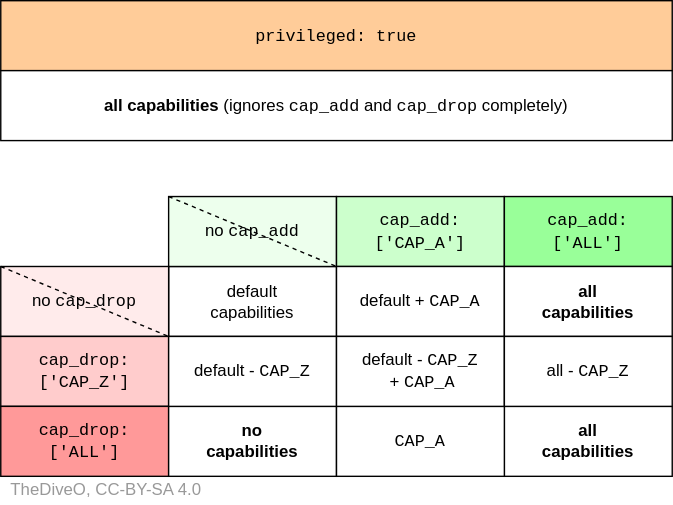
Above: docs/art/_images/docker-cap-add-cap-drop.svg in thediveo/thediveo.github.io (draw.io), before the change. Source tidied: cells renumbered, new cells last; positions are measured from the earlier drawing's top-left corner, leaving out a move shared by most shapes. The source it was exported from:
```xml
<mxGraphModel>
  <root>
    <mxCell id="0" />
    <mxCell id="1" parent="0" />
    <mxCell id="2" value="default&lt;br&gt;capabilities" style="rounded=0;whiteSpace=wrap;html=1;" parent="1" vertex="1">
      <mxGeometry x="120" y="190" width="120" height="50" as="geometry" />
    </mxCell>
    <mxCell id="3" value="no &lt;font face=&quot;monospace&quot;&gt;cap_add&lt;/font&gt;" style="rounded=0;whiteSpace=wrap;html=1;fillColor=#EDFFED;" parent="1" vertex="1">
      <mxGeometry x="120" y="140" width="120" height="50" as="geometry" />
    </mxCell>
    <mxCell id="4" value="&lt;font face=&quot;monospace&quot;&gt;cap_add:&lt;br&gt;['CAP_A']&lt;/font&gt;" style="rounded=0;whiteSpace=wrap;html=1;fillColor=#CCFFCC;" parent="1" vertex="1">
      <mxGeometry x="240" y="140" width="120" height="50" as="geometry" />
    </mxCell>
    <mxCell id="5" style="endArrow=none;html=1;rounded=0;fontFamily=monospace;exitX=0;exitY=0;exitDx=0;exitDy=0;entryX=1;entryY=0;entryDx=0;entryDy=0;dashed=1;" parent="1" edge="1" source="3" target="2">
      <mxGeometry relative="1" as="geometry" />
    </mxCell>
    <mxCell id="6" value="default + &lt;font face=&quot;monospace&quot;&gt;CAP_A&lt;/font&gt;" style="rounded=0;whiteSpace=wrap;html=1;" parent="1" vertex="1">
      <mxGeometry x="240" y="190" width="120" height="50" as="geometry" />
    </mxCell>
    <mxCell id="7" value="&lt;font face=&quot;monospace&quot;&gt;cap_add:&lt;br&gt;['ALL']&lt;/font&gt;" style="rounded=0;whiteSpace=wrap;html=1;fillColor=#99FF99;" parent="1" vertex="1">
      <mxGeometry x="360" y="140" width="120" height="50" as="geometry" />
    </mxCell>
    <mxCell id="8" value="no &lt;font face=&quot;monospace&quot;&gt;cap_drop&lt;/font&gt;" style="rounded=0;whiteSpace=wrap;html=1;fillColor=#FFEBEB;" parent="1" vertex="1">
      <mxGeometry y="190" width="120" height="50" as="geometry" />
    </mxCell>
    <mxCell id="9" style="endArrow=none;html=1;rounded=0;fontFamily=monospace;exitX=0;exitY=0;exitDx=0;exitDy=0;entryX=1;entryY=0;entryDx=0;entryDy=0;dashed=1;" parent="1" edge="1" source="8">
      <mxGeometry relative="1" as="geometry">
        <mxPoint x="120" y="240" as="targetPoint" />
      </mxGeometry>
    </mxCell>
    <mxCell id="10" value="&lt;font face=&quot;monospace&quot;&gt;cap_drop:&lt;br&gt;['CAP_Z']&lt;/font&gt;" style="rounded=0;whiteSpace=wrap;html=1;fillColor=#FFCCCC;" parent="1" vertex="1">
      <mxGeometry y="240" width="120" height="50" as="geometry" />
    </mxCell>
    <mxCell id="11" value="&lt;font face=&quot;monospace&quot;&gt;cap_drop:&lt;br&gt;['ALL']&lt;/font&gt;" style="rounded=0;whiteSpace=wrap;html=1;fillColor=#FF9999;" parent="1" vertex="1">
      <mxGeometry y="290" width="120" height="50" as="geometry" />
    </mxCell>
    <mxCell id="12" value="&lt;b&gt;all&lt;br&gt;capabilities&lt;/b&gt;" style="rounded=0;whiteSpace=wrap;html=1;" parent="1" vertex="1">
      <mxGeometry x="360" y="190" width="120" height="50" as="geometry" />
    </mxCell>
    <mxCell id="13" value="&lt;b&gt;all&lt;br&gt;capabilities&lt;/b&gt;" style="rounded=0;whiteSpace=wrap;html=1;fillColor=#FFFFFF;" parent="1" vertex="1">
      <mxGeometry x="360" y="290" width="120" height="50" as="geometry" />
    </mxCell>
    <mxCell id="14" value="&lt;b&gt;no&lt;br&gt;capabilities&lt;/b&gt;" style="rounded=0;whiteSpace=wrap;html=1;" parent="1" vertex="1">
      <mxGeometry x="120" y="290" width="120" height="50" as="geometry" />
    </mxCell>
    <mxCell id="15" value="&lt;font face=&quot;monospace&quot;&gt;CAP_A&lt;/font&gt;" style="rounded=0;whiteSpace=wrap;html=1;" parent="1" vertex="1">
      <mxGeometry x="240" y="290" width="120" height="50" as="geometry" />
    </mxCell>
    <mxCell id="16" value="default -&amp;nbsp;&lt;font face=&quot;monospace&quot;&gt;CAP_Z&lt;/font&gt;" style="rounded=0;whiteSpace=wrap;html=1;" parent="1" vertex="1">
      <mxGeometry x="120" y="240" width="120" height="50" as="geometry" />
    </mxCell>
    <mxCell id="17" value="default -&amp;nbsp;&lt;span style=&quot;font-family: monospace&quot;&gt;CAP_Z&lt;/span&gt;&lt;br&gt;&amp;nbsp;+&amp;nbsp;&lt;font face=&quot;monospace&quot;&gt;CAP_A&lt;/font&gt;" style="rounded=0;whiteSpace=wrap;html=1;" parent="1" vertex="1">
      <mxGeometry x="240" y="240" width="120" height="50" as="geometry" />
    </mxCell>
    <mxCell id="18" value="all -&amp;nbsp;&lt;font face=&quot;monospace&quot;&gt;CAP_Z&lt;/font&gt;" style="rounded=0;whiteSpace=wrap;html=1;" parent="1" vertex="1">
      <mxGeometry x="360" y="240" width="120" height="50" as="geometry" />
    </mxCell>
    <mxCell id="19" value="&lt;font face=&quot;monospace&quot;&gt;privileged: true&lt;/font&gt;" style="rounded=0;whiteSpace=wrap;html=1;fillColor=#FFCC99;" parent="1" vertex="1">
      <mxGeometry width="480" height="50" as="geometry" />
    </mxCell>
    <mxCell id="20" value="&lt;b&gt;all capabilities&lt;/b&gt; (ignores &lt;font face=&quot;monospace&quot;&gt;cap_add&lt;/font&gt; and &lt;font face=&quot;monospace&quot;&gt;cap_drop&lt;/font&gt; completely)" style="rounded=0;whiteSpace=wrap;html=1;" parent="1" vertex="1">
      <mxGeometry y="50" width="480" height="50" as="geometry" />
    </mxCell>
    <mxCell id="21" value="TheDiveO, CC-BY-SA 4.0" style="text;html=1;align=center;verticalAlign=middle;fillColor=none;strokeColor=none;rounded=0;fontColor=#999999;" parent="1" vertex="1">
      <mxGeometry y="340" width="150" height="20" as="geometry" />
    </mxCell>
  </root>
</mxGraphModel>
```
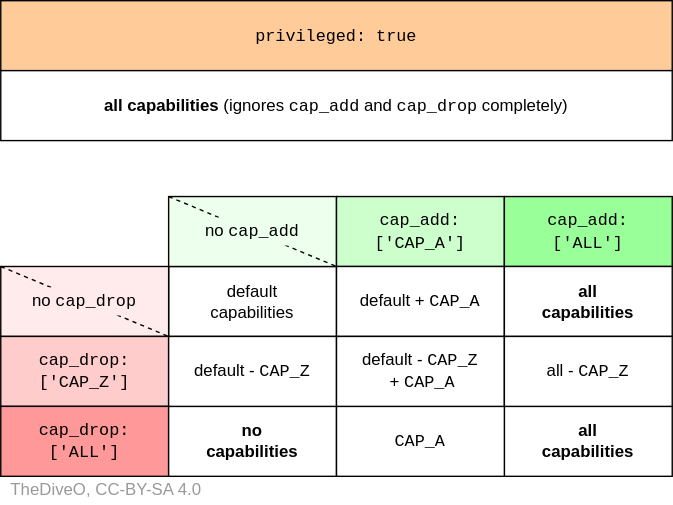
The same diagram one commit later.

The edit, as a diff of the source:
```diff
@@ -5,22 +5,19 @@
     <mxCell id="2" value="default&lt;br&gt;capabilities" style="rounded=0;whiteSpace=wrap;html=1;" parent="1" vertex="1">
       <mxGeometry x="120" y="190" width="120" height="50" as="geometry" />
     </mxCell>
-    <mxCell id="3" value="no &lt;font face=&quot;monospace&quot;&gt;cap_add&lt;/font&gt;" style="rounded=0;whiteSpace=wrap;html=1;fillColor=#EDFFED;" parent="1" vertex="1">
+    <mxCell id="3" style="rounded=0;whiteSpace=wrap;html=1;fillColor=#EDFFED;" parent="1" vertex="1">
       <mxGeometry x="120" y="140" width="120" height="50" as="geometry" />
     </mxCell>
     <mxCell id="4" value="&lt;font face=&quot;monospace&quot;&gt;cap_add:&lt;br&gt;['CAP_A']&lt;/font&gt;" style="rounded=0;whiteSpace=wrap;html=1;fillColor=#CCFFCC;" parent="1" vertex="1">
       <mxGeometry x="240" y="140" width="120" height="50" as="geometry" />
     </mxCell>
-    <mxCell id="5" style="endArrow=none;html=1;rounded=0;fontFamily=monospace;exitX=0;exitY=0;exitDx=0;exitDy=0;entryX=1;entryY=0;entryDx=0;entryDy=0;dashed=1;" parent="1" edge="1" source="3" target="2">
-      <mxGeometry relative="1" as="geometry" />
-    </mxCell>
     <mxCell id="6" value="default + &lt;font face=&quot;monospace&quot;&gt;CAP_A&lt;/font&gt;" style="rounded=0;whiteSpace=wrap;html=1;" parent="1" vertex="1">
       <mxGeometry x="240" y="190" width="120" height="50" as="geometry" />
     </mxCell>
     <mxCell id="7" value="&lt;font face=&quot;monospace&quot;&gt;cap_add:&lt;br&gt;['ALL']&lt;/font&gt;" style="rounded=0;whiteSpace=wrap;html=1;fillColor=#99FF99;" parent="1" vertex="1">
       <mxGeometry x="360" y="140" width="120" height="50" as="geometry" />
     </mxCell>
-    <mxCell id="8" value="no &lt;font face=&quot;monospace&quot;&gt;cap_drop&lt;/font&gt;" style="rounded=0;whiteSpace=wrap;html=1;fillColor=#FFEBEB;" parent="1" vertex="1">
+    <mxCell id="8" style="rounded=0;whiteSpace=wrap;html=1;fillColor=#FFEBEB;" parent="1" vertex="1">
       <mxGeometry y="190" width="120" height="50" as="geometry" />
     </mxCell>
     <mxCell id="9" style="endArrow=none;html=1;rounded=0;fontFamily=monospace;exitX=0;exitY=0;exitDx=0;exitDy=0;entryX=1;entryY=0;entryDx=0;entryDy=0;dashed=1;" parent="1" edge="1" source="8">
@@ -64,5 +61,14 @@
     <mxCell id="21" value="TheDiveO, CC-BY-SA 4.0" style="text;html=1;align=center;verticalAlign=middle;fillColor=none;strokeColor=none;rounded=0;fontColor=#999999;" parent="1" vertex="1">
       <mxGeometry y="340" width="150" height="20" as="geometry" />
     </mxCell>
+    <mxCell id="22" value="no&amp;nbsp;&lt;font face=&quot;monospace&quot;&gt;cap_drop&lt;/font&gt;" style="text;html=1;strokeColor=none;align=center;verticalAlign=middle;whiteSpace=wrap;rounded=0;fillColor=#FFEBEB;" parent="1" vertex="1">
+      <mxGeometry x="20" y="205" width="80" height="20" as="geometry" />
+    </mxCell>
+    <mxCell id="23" style="endArrow=none;html=1;rounded=0;fontFamily=monospace;exitX=0;exitY=0;exitDx=0;exitDy=0;entryX=1;entryY=1;entryDx=0;entryDy=0;dashed=1;" parent="1" edge="1" source="3" target="3">
+      <mxGeometry relative="1" as="geometry" />
+    </mxCell>
+    <mxCell id="24" value="no&amp;nbsp;&lt;font face=&quot;monospace&quot;&gt;cap_add&lt;/font&gt;" style="text;html=1;strokeColor=none;align=center;verticalAlign=middle;whiteSpace=wrap;rounded=0;fillColor=#EDFFED;" parent="1" vertex="1">
+      <mxGeometry x="140" y="155" width="80" height="20" as="geometry" />
+    </mxCell>
   </root>
 </mxGraphModel>
```
